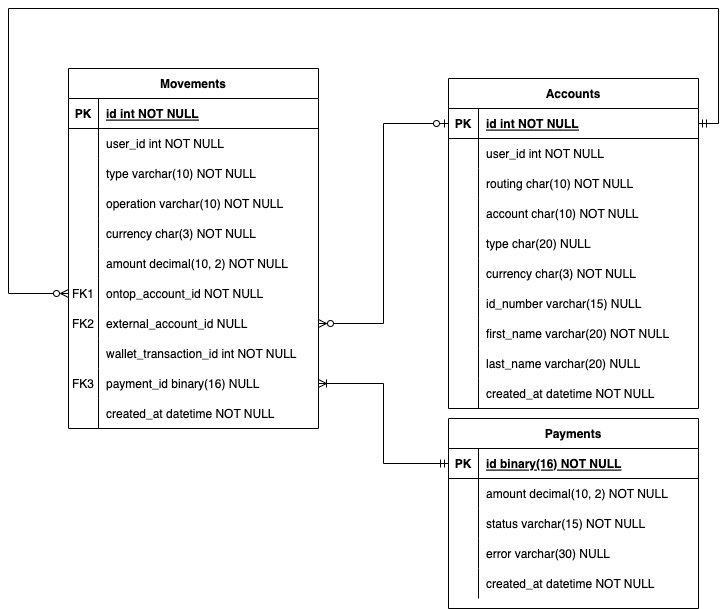
ariel17/ontop_challenge keeps this draw.io diagram as docs/models.png. Above is the earlier version. Source tidied: cells renumbered, new cells last; positions are measured from the earlier drawing's top-left corner, leaving out a move shared by most shapes.
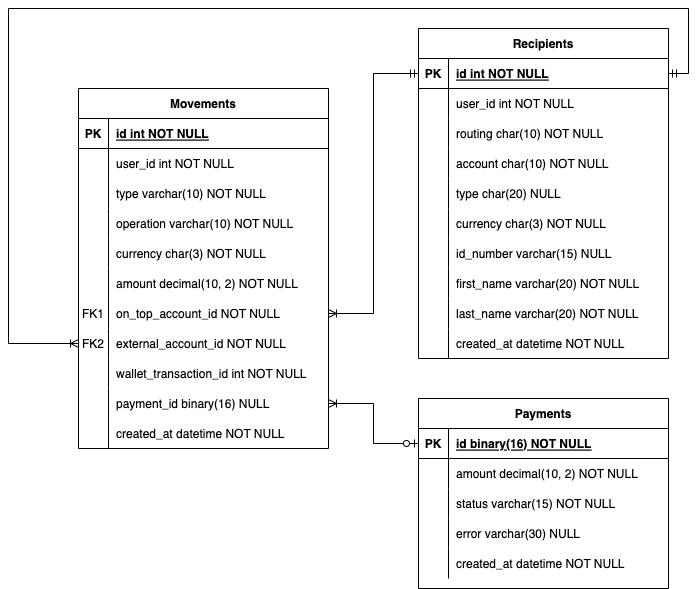
After the commit.

Commit message:
Update models diagram.

The edit, as a diff of the source:
```diff
@@ -65,7 +65,7 @@
     <mxCell id="22" value="FK1" style="shape=partialRectangle;overflow=hidden;fillColor=none;top=0;left=0;bottom=0;right=0;" parent="21" vertex="1">
       <mxGeometry width="30" height="30" as="geometry" />
     </mxCell>
-    <mxCell id="23" value="ontop_account_id NOT NULL" style="shape=partialRectangle;overflow=hidden;fillColor=none;top=0;left=0;bottom=0;right=0;align=left;spacingLeft=6;" parent="21" vertex="1">
+    <mxCell id="23" value="on_top_account_id NOT NULL" style="shape=partialRectangle;overflow=hidden;fillColor=none;top=0;left=0;bottom=0;right=0;align=left;spacingLeft=6;" parent="21" vertex="1">
       <mxGeometry x="30" width="220" height="30" as="geometry" />
     </mxCell>
     <mxCell id="24" style="shape=partialRectangle;fillColor=none;points=[[0,0.5],[1,0.5]];portConstraint=eastwest;top=0;left=0;right=0;bottom=0;" parent="2" vertex="1">
@@ -74,22 +74,22 @@
     <mxCell id="25" value="FK2" style="shape=partialRectangle;overflow=hidden;fillColor=none;top=0;left=0;bottom=0;right=0;" parent="24" vertex="1">
       <mxGeometry width="30" height="30" as="geometry" />
     </mxCell>
-    <mxCell id="26" value="external_account_id NULL" style="shape=partialRectangle;overflow=hidden;fillColor=none;top=0;left=0;bottom=0;right=0;align=left;spacingLeft=6;" parent="24" vertex="1">
+    <mxCell id="26" value="external_account_id NOT NULL" style="shape=partialRectangle;overflow=hidden;fillColor=none;top=0;left=0;bottom=0;right=0;align=left;spacingLeft=6;" parent="24" vertex="1">
       <mxGeometry x="30" width="220" height="30" as="geometry" />
     </mxCell>
     <mxCell id="27" style="shape=partialRectangle;fillColor=none;top=0;left=0;right=0;bottom=0;" parent="2" vertex="1">
       <mxGeometry y="270" width="250" height="30" as="geometry" />
     </mxCell>
-    <mxCell id="28" style="shape=partialRectangle;overflow=hidden;fillColor=none;top=0;left=0;bottom=0;right=0;" parent="27" vertex="1">
-      <mxGeometry width="30" height="30" as="geometry" />
-    </mxCell>
+    <mxCell id="86" style="shape=partialRectangle;overflow=hidden;fillColor=none;top=0;left=0;bottom=0;right=0;" parent="27" vertex="1">
+      <mxGeometry width="30" height="30" as="geometry" />
+    </mxCell>
     <mxCell id="29" value="wallet_transaction_id int NOT NULL" style="shape=partialRectangle;overflow=hidden;fillColor=none;top=0;left=0;bottom=0;right=0;align=left;spacingLeft=6;" parent="27" vertex="1">
       <mxGeometry x="30" width="220" height="30" as="geometry" />
     </mxCell>
     <mxCell id="30" style="shape=partialRectangle;fillColor=none;points=[[0,0.5],[1,0.5]];portConstraint=eastwest;top=0;left=0;right=0;bottom=0;" parent="2" vertex="1">
       <mxGeometry y="300" width="250" height="30" as="geometry" />
     </mxCell>
-    <mxCell id="31" value="FK3" style="shape=partialRectangle;overflow=hidden;fillColor=none;top=0;left=0;bottom=0;right=0;" parent="30" vertex="1">
+    <mxCell id="31" style="shape=partialRectangle;overflow=hidden;fillColor=none;top=0;left=0;bottom=0;right=0;" parent="30" vertex="1">
       <mxGeometry width="30" height="30" as="geometry" />
     </mxCell>
     <mxCell id="32" value="payment_id binary(16) NULL" style="shape=partialRectangle;overflow=hidden;fillColor=none;top=0;left=0;bottom=0;right=0;align=left;spacingLeft=6;" parent="30" vertex="1">
@@ -105,7 +105,7 @@
       <mxGeometry x="30" width="220" height="30" as="geometry" />
     </mxCell>
     <mxCell id="36" value="Payments" style="shape=table;startSize=30;rowLines=0;fontStyle=1;align=center;" parent="1" vertex="1">
-      <mxGeometry x="440" y="410" width="250" height="190" as="geometry" />
+      <mxGeometry x="400" y="370" width="250" height="190" as="geometry" />
     </mxCell>
     <mxCell id="37" style="shape=partialRectangle;fillColor=none;points=[[0,0.5],[1,0.5]];portConstraint=eastwest;top=0;left=0;right=0;bottom=1;" parent="36" vertex="1">
       <mxGeometry y="30" width="250" height="30" as="geometry" />
@@ -137,23 +137,23 @@
     <mxCell id="46" style="shape=partialRectangle;fillColor=none;top=0;left=0;right=0;bottom=0;" parent="36" vertex="1">
       <mxGeometry y="120" width="250" height="30" as="geometry" />
     </mxCell>
-    <mxCell id="47" style="shape=partialRectangle;overflow=hidden;fillColor=none;top=0;left=0;bottom=0;right=0;" parent="46" vertex="1">
-      <mxGeometry width="30" height="30" as="geometry" />
-    </mxCell>
+    <mxCell id="87" style="shape=partialRectangle;overflow=hidden;fillColor=none;top=0;left=0;bottom=0;right=0;" parent="46" vertex="1">
+      <mxGeometry width="30" height="30" as="geometry" />
+    </mxCell>
     <mxCell id="48" value="error varchar(30) NULL" style="shape=partialRectangle;overflow=hidden;fillColor=none;top=0;left=0;bottom=0;right=0;align=left;spacingLeft=6;" parent="46" vertex="1">
       <mxGeometry x="30" width="220" height="30" as="geometry" />
     </mxCell>
-    <mxCell id="49" style="shape=partialRectangle;fillColor=none;top=0;left=0;right=0;bottom=0;" parent="36" vertex="1">
-      <mxGeometry y="150" width="250" height="30" as="geometry" />
-    </mxCell>
-    <mxCell id="50" style="shape=partialRectangle;overflow=hidden;fillColor=none;top=0;left=0;bottom=0;right=0;" parent="49" vertex="1">
-      <mxGeometry width="30" height="30" as="geometry" />
-    </mxCell>
-    <mxCell id="51" value="created_at datetime NOT NULL" style="shape=partialRectangle;overflow=hidden;fillColor=none;top=0;left=0;bottom=0;right=0;align=left;spacingLeft=6;" parent="49" vertex="1">
-      <mxGeometry x="30" width="220" height="30" as="geometry" />
-    </mxCell>
+    <mxCell id="88" style="shape=partialRectangle;fillColor=none;top=0;left=0;right=0;bottom=0;" parent="36" vertex="1">
+      <mxGeometry y="150" width="250" height="30" as="geometry" />
+    </mxCell>
+    <mxCell id="89" style="shape=partialRectangle;overflow=hidden;fillColor=none;top=0;left=0;bottom=0;right=0;" parent="88" vertex="1">
+      <mxGeometry width="30" height="30" as="geometry" />
+    </mxCell>
+    <mxCell id="90" value="created_at datetime NOT NULL" style="shape=partialRectangle;overflow=hidden;fillColor=none;top=0;left=0;bottom=0;right=0;align=left;spacingLeft=6;" parent="88" vertex="1">
+      <mxGeometry x="30" width="220" height="30" as="geometry" />
+    </mxCell>
-    <mxCell id="52" value="Accounts" style="shape=table;startSize=30;rowLines=0;fontStyle=1;align=center;" parent="1" vertex="1">
-      <mxGeometry x="440" y="70" width="250" height="330" as="geometry" />
+    <mxCell id="52" value="Recipients" style="shape=table;startSize=30;rowLines=0;fontStyle=1;align=center;" parent="1" vertex="1">
+      <mxGeometry x="400" width="250" height="330" as="geometry" />
     </mxCell>
     <mxCell id="53" style="shape=partialRectangle;fillColor=none;points=[[0,0.5],[1,0.5]];portConstraint=eastwest;top=0;left=0;right=0;bottom=1;" parent="52" vertex="1">
       <mxGeometry y="30" width="250" height="30" as="geometry" />
@@ -191,33 +191,33 @@
     <mxCell id="64" value="account char(10) NOT NULL" style="shape=partialRectangle;overflow=hidden;fillColor=none;top=0;left=0;bottom=0;right=0;align=left;spacingLeft=6;" parent="62" vertex="1">
       <mxGeometry x="30" width="220" height="30" as="geometry" />
     </mxCell>
-    <mxCell id="65" style="shape=partialRectangle;fillColor=none;top=0;left=0;right=0;bottom=0;" parent="52" vertex="1">
-      <mxGeometry y="150" width="250" height="30" as="geometry" />
-    </mxCell>
-    <mxCell id="66" style="shape=partialRectangle;overflow=hidden;fillColor=none;top=0;left=0;bottom=0;right=0;" parent="65" vertex="1">
-      <mxGeometry width="30" height="30" as="geometry" />
-    </mxCell>
-    <mxCell id="67" value="type char(20) NULL" style="shape=partialRectangle;overflow=hidden;fillColor=none;top=0;left=0;bottom=0;right=0;align=left;spacingLeft=6;" parent="65" vertex="1">
-      <mxGeometry x="30" width="220" height="30" as="geometry" />
-    </mxCell>
-    <mxCell id="68" style="shape=partialRectangle;fillColor=none;top=0;left=0;right=0;bottom=0;" parent="52" vertex="1">
-      <mxGeometry y="180" width="250" height="30" as="geometry" />
-    </mxCell>
-    <mxCell id="69" style="shape=partialRectangle;overflow=hidden;fillColor=none;top=0;left=0;bottom=0;right=0;" parent="68" vertex="1">
-      <mxGeometry width="30" height="30" as="geometry" />
-    </mxCell>
-    <mxCell id="70" value="currency char(3) NOT NULL" style="shape=partialRectangle;overflow=hidden;fillColor=none;top=0;left=0;bottom=0;right=0;align=left;spacingLeft=6;" parent="68" vertex="1">
-      <mxGeometry x="30" width="220" height="30" as="geometry" />
-    </mxCell>
     <mxCell id="71" style="shape=partialRectangle;fillColor=none;top=0;left=0;right=0;bottom=0;" parent="52" vertex="1">
-      <mxGeometry y="210" width="250" height="30" as="geometry" />
+      <mxGeometry y="150" width="250" height="30" as="geometry" />
     </mxCell>
     <mxCell id="72" style="shape=partialRectangle;overflow=hidden;fillColor=none;top=0;left=0;bottom=0;right=0;" parent="71" vertex="1">
       <mxGeometry width="30" height="30" as="geometry" />
     </mxCell>
-    <mxCell id="73" value="id_number varchar(15) NULL" style="shape=partialRectangle;overflow=hidden;fillColor=none;top=0;left=0;bottom=0;right=0;align=left;spacingLeft=6;" parent="71" vertex="1">
+    <mxCell id="73" value="type char(20) NULL" style="shape=partialRectangle;overflow=hidden;fillColor=none;top=0;left=0;bottom=0;right=0;align=left;spacingLeft=6;" parent="71" vertex="1">
       <mxGeometry x="30" width="220" height="30" as="geometry" />
     </mxCell>
+    <mxCell id="68" style="shape=partialRectangle;fillColor=none;top=0;left=0;right=0;bottom=0;" parent="52" vertex="1">
+      <mxGeometry y="180" width="250" height="30" as="geometry" />
+    </mxCell>
+    <mxCell id="91" style="shape=partialRectangle;overflow=hidden;fillColor=none;top=0;left=0;bottom=0;right=0;" parent="68" vertex="1">
+      <mxGeometry width="30" height="30" as="geometry" />
+    </mxCell>
+    <mxCell id="70" value="currency char(3) NOT NULL" style="shape=partialRectangle;overflow=hidden;fillColor=none;top=0;left=0;bottom=0;right=0;align=left;spacingLeft=6;" parent="68" vertex="1">
+      <mxGeometry x="30" width="220" height="30" as="geometry" />
+    </mxCell>
+    <mxCell id="92" style="shape=partialRectangle;fillColor=none;top=0;left=0;right=0;bottom=0;" parent="52" vertex="1">
+      <mxGeometry y="210" width="250" height="30" as="geometry" />
+    </mxCell>
+    <mxCell id="93" style="shape=partialRectangle;overflow=hidden;fillColor=none;top=0;left=0;bottom=0;right=0;" parent="92" vertex="1">
+      <mxGeometry width="30" height="30" as="geometry" />
+    </mxCell>
+    <mxCell id="94" value="id_number varchar(15) NULL" style="shape=partialRectangle;overflow=hidden;fillColor=none;top=0;left=0;bottom=0;right=0;align=left;spacingLeft=6;" parent="92" vertex="1">
+      <mxGeometry x="30" width="220" height="30" as="geometry" />
+    </mxCell>
     <mxCell id="74" style="shape=partialRectangle;fillColor=none;top=0;left=0;right=0;bottom=0;" parent="52" vertex="1">
       <mxGeometry y="240" width="250" height="30" as="geometry" />
     </mxCell>
@@ -233,33 +233,33 @@
     <mxCell id="78" style="shape=partialRectangle;overflow=hidden;fillColor=none;top=0;left=0;bottom=0;right=0;" parent="77" vertex="1">
       <mxGeometry width="30" height="30" as="geometry" />
     </mxCell>
-    <mxCell id="79" value="last_name varchar(20) NULL" style="shape=partialRectangle;overflow=hidden;fillColor=none;top=0;left=0;bottom=0;right=0;align=left;spacingLeft=6;" parent="77" vertex="1">
+    <mxCell id="79" value="last_name varchar(20) NOT NULL" style="shape=partialRectangle;overflow=hidden;fillColor=none;top=0;left=0;bottom=0;right=0;align=left;spacingLeft=6;" parent="77" vertex="1">
       <mxGeometry x="30" width="220" height="30" as="geometry" />
     </mxCell>
     <mxCell id="80" style="shape=partialRectangle;fillColor=none;top=0;left=0;right=0;bottom=0;" parent="52" vertex="1">
       <mxGeometry y="300" width="250" height="30" as="geometry" />
     </mxCell>
-    <mxCell id="81" style="shape=partialRectangle;overflow=hidden;fillColor=none;top=0;left=0;bottom=0;right=0;" parent="80" vertex="1">
-      <mxGeometry width="30" height="30" as="geometry" />
-    </mxCell>
-    <mxCell id="82" value="created_at datetime NOT NULL" style="shape=partialRectangle;overflow=hidden;fillColor=none;top=0;left=0;bottom=0;right=0;align=left;spacingLeft=6;" parent="80" vertex="1">
-      <mxGeometry x="30" width="220" height="30" as="geometry" />
-    </mxCell>
+    <mxCell id="95" style="shape=partialRectangle;overflow=hidden;fillColor=none;top=0;left=0;bottom=0;right=0;" parent="80" vertex="1">
+      <mxGeometry width="30" height="30" as="geometry" />
+    </mxCell>
+    <mxCell id="96" value="created_at datetime NOT NULL" style="shape=partialRectangle;overflow=hidden;fillColor=none;top=0;left=0;bottom=0;right=0;align=left;spacingLeft=6;" parent="80" vertex="1">
+      <mxGeometry x="30" width="220" height="30" as="geometry" />
+    </mxCell>
-    <mxCell id="83" style="edgeStyle=orthogonalEdgeStyle;rounded=0;jettySize=auto;html=1;entryX=0;entryY=0.5;entryDx=0;entryDy=0;endArrow=ERmandOne;endFill=0;startArrow=ERoneToMany;startFill=0;" parent="1" edge="1" source="30" target="37">
+    <mxCell id="83" style="edgeStyle=orthogonalEdgeStyle;rounded=0;jettySize=auto;html=1;entryX=0;entryY=0.5;entryDx=0;entryDy=0;endArrow=ERzeroToOne;endFill=0;startArrow=ERoneToMany;startFill=0;" parent="1" edge="1" source="30" target="37">
       <mxGeometry relative="1" as="geometry" />
     </mxCell>
+    <mxCell id="85" style="edgeStyle=orthogonalEdgeStyle;rounded=0;jettySize=auto;html=1;entryX=0;entryY=0.5;entryDx=0;entryDy=0;endArrow=ERmandOne;endFill=0;startArrow=ERoneToMany;startFill=0;" parent="1" edge="1" source="21" target="53">
+      <mxGeometry relative="1" as="geometry" />
+    </mxCell>
-    <mxCell id="84" style="edgeStyle=orthogonalEdgeStyle;rounded=0;jettySize=auto;html=1;entryX=0;entryY=0.5;entryDx=0;entryDy=0;endArrow=ERzeroToOne;endFill=0;startArrow=ERzeroToMany;startFill=0;" parent="1" edge="1" source="24" target="53">
-      <mxGeometry relative="1" as="geometry" />
+    <mxCell id="84" style="edgeStyle=orthogonalEdgeStyle;rounded=0;jettySize=auto;html=1;entryX=1;entryY=0.5;entryDx=0;entryDy=0;endArrow=ERmandOne;endFill=0;startArrow=ERoneToMany;startFill=0;" parent="1" edge="1" source="24" target="53">
+      <mxGeometry relative="1" as="geometry">
+        <Array as="points">
+          <mxPoint x="-10" y="315" />
+          <mxPoint x="-10" y="-20" />
+          <mxPoint x="670" y="-20" />
+          <mxPoint x="670" y="45" />
+        </Array>
+      </mxGeometry>
     </mxCell>
-    <mxCell id="85" style="edgeStyle=orthogonalEdgeStyle;rounded=0;jettySize=auto;html=1;entryX=1;entryY=0.5;entryDx=0;entryDy=0;startArrow=ERzeroToMany;startFill=0;endArrow=ERmandOne;endFill=0;exitX=0;exitY=0.5;exitDx=0;exitDy=0;" parent="1" edge="1" source="21" target="53">
-      <mxGeometry relative="1" as="geometry">
-        <Array as="points">
-          <mxPoint y="285" />
-          <mxPoint />
-          <mxPoint x="710" />
-          <mxPoint x="710" y="115" />
-        </Array>
-      </mxGeometry>
-    </mxCell>
   </root>
 </mxGraphModel>
```
